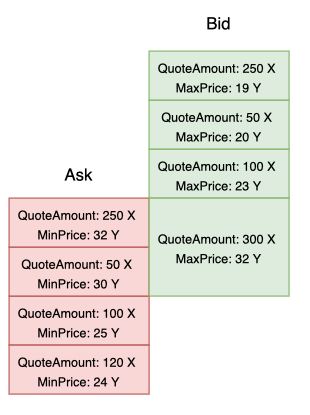
Earlier version of the draw.io export img/OrderBook.png (spectrum-finance/ergo-dex). Source tidied: cells renumbered, new cells last; positions are measured from the earlier drawing's top-left corner, leaving out a move shared by most shapes. The source it was exported from:
```xml
<mxGraphModel>
  <root>
    <mxCell id="0" />
    <mxCell id="1" parent="0" />
    <mxCell id="2" value="&lt;font style=&quot;font-size: 9px&quot;&gt;QuoteAmount: 100 X&amp;nbsp;&lt;br&gt;MinPrice: 25 Y&lt;/font&gt;" style="rounded=0;whiteSpace=wrap;html=1;fillColor=#f8cecc;strokeColor=#b85450;opacity=80;" parent="1" vertex="1">
      <mxGeometry y="205" width="100" height="35" as="geometry" />
    </mxCell>
    <mxCell id="3" value="&lt;font style=&quot;font-size: 9px&quot;&gt;QuoteAmount: 50 X&amp;nbsp;&lt;br&gt;MinPrice: 30 Y&lt;/font&gt;" style="rounded=0;whiteSpace=wrap;html=1;fillColor=#f8cecc;strokeColor=#b85450;opacity=80;" parent="1" vertex="1">
      <mxGeometry y="170" width="100" height="35" as="geometry" />
    </mxCell>
    <mxCell id="4" value="&lt;font style=&quot;font-size: 9px&quot;&gt;QuoteAmount: 250 X&amp;nbsp;&lt;br&gt;MinPrice: 32 Y&lt;/font&gt;" style="rounded=0;whiteSpace=wrap;html=1;fillColor=#f8cecc;strokeColor=#b85450;opacity=80;" parent="1" vertex="1">
      <mxGeometry y="135" width="100" height="35" as="geometry" />
    </mxCell>
    <mxCell id="5" value="&lt;font style=&quot;font-size: 9px&quot;&gt;QuoteAmount: 120 X&amp;nbsp;&lt;br&gt;MinPrice: 24 Y&lt;/font&gt;" style="rounded=0;whiteSpace=wrap;html=1;fillColor=#f8cecc;strokeColor=#b85450;opacity=80;" parent="1" vertex="1">
      <mxGeometry y="240" width="100" height="35" as="geometry" />
    </mxCell>
    <mxCell id="6" value="&lt;font style=&quot;font-size: 9px&quot;&gt;QuoteAmount: 100 X&amp;nbsp;&lt;br&gt;MaxPrice: 23 Y&lt;/font&gt;" style="rounded=0;whiteSpace=wrap;html=1;fillColor=#d5e8d4;strokeColor=#82b366;opacity=80;" parent="1" vertex="1">
      <mxGeometry x="100" y="100" width="100" height="35" as="geometry" />
    </mxCell>
    <mxCell id="7" value="&lt;font style=&quot;font-size: 9px&quot;&gt;QuoteAmount: 50 X&amp;nbsp;&lt;br&gt;MaxPrice: 20 Y&lt;/font&gt;" style="rounded=0;whiteSpace=wrap;html=1;fillColor=#d5e8d4;strokeColor=#82b366;opacity=80;" parent="1" vertex="1">
      <mxGeometry x="100" y="65" width="100" height="35" as="geometry" />
    </mxCell>
    <mxCell id="8" value="&lt;font style=&quot;font-size: 9px&quot;&gt;QuoteAmount: 250 X&amp;nbsp;&lt;br&gt;MaxPrice: 19 Y&lt;/font&gt;" style="rounded=0;whiteSpace=wrap;html=1;fillColor=#d5e8d4;strokeColor=#82b366;opacity=80;" parent="1" vertex="1">
      <mxGeometry x="100" y="30" width="100" height="35" as="geometry" />
    </mxCell>
    <mxCell id="9" value="&lt;font style=&quot;font-size: 9px&quot;&gt;QuoteAmount: 300 X&amp;nbsp;&lt;br&gt;MaxPrice: 32 Y&lt;/font&gt;" style="rounded=0;whiteSpace=wrap;html=1;fillColor=#d5e8d4;strokeColor=#82b366;opacity=80;" parent="1" vertex="1">
      <mxGeometry x="100" y="135" width="100" height="70" as="geometry" />
    </mxCell>
    <mxCell id="10" value="Bid" style="text;html=1;strokeColor=none;fillColor=none;align=center;verticalAlign=middle;whiteSpace=wrap;rounded=0;opacity=80;" parent="1" vertex="1">
      <mxGeometry x="130" width="40" height="20" as="geometry" />
    </mxCell>
    <mxCell id="11" value="Ask" style="text;html=1;strokeColor=none;fillColor=none;align=center;verticalAlign=middle;whiteSpace=wrap;rounded=0;opacity=80;" parent="1" vertex="1">
      <mxGeometry x="30" y="107.5" width="40" height="20" as="geometry" />
    </mxCell>
  </root>
</mxGraphModel>
```
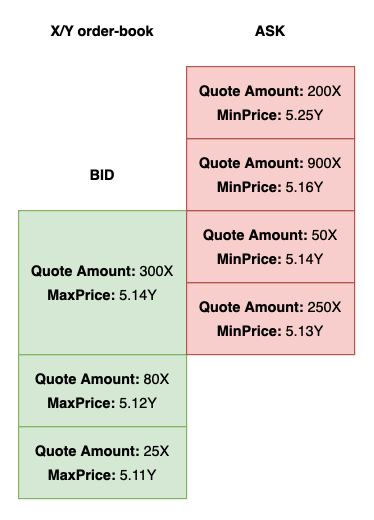
After the commit.

Commit message:
OrderBook illustration fixed. Close #2

What changed in the source:
```diff
@@ -2,35 +2,35 @@
   <root>
     <mxCell id="0" />
     <mxCell id="1" parent="0" />
-    <mxCell id="2" value="&lt;font style=&quot;font-size: 9px&quot;&gt;QuoteAmount: 100 X&amp;nbsp;&lt;br&gt;MinPrice: 25 Y&lt;/font&gt;" style="rounded=0;whiteSpace=wrap;html=1;fillColor=#f8cecc;strokeColor=#b85450;opacity=80;" parent="1" vertex="1">
-      <mxGeometry y="205" width="100" height="35" as="geometry" />
-    </mxCell>
-    <mxCell id="3" value="&lt;font style=&quot;font-size: 9px&quot;&gt;QuoteAmount: 50 X&amp;nbsp;&lt;br&gt;MinPrice: 30 Y&lt;/font&gt;" style="rounded=0;whiteSpace=wrap;html=1;fillColor=#f8cecc;strokeColor=#b85450;opacity=80;" parent="1" vertex="1">
-      <mxGeometry y="170" width="100" height="35" as="geometry" />
-    </mxCell>
-    <mxCell id="4" value="&lt;font style=&quot;font-size: 9px&quot;&gt;QuoteAmount: 250 X&amp;nbsp;&lt;br&gt;MinPrice: 32 Y&lt;/font&gt;" style="rounded=0;whiteSpace=wrap;html=1;fillColor=#f8cecc;strokeColor=#b85450;opacity=80;" parent="1" vertex="1">
-      <mxGeometry y="135" width="100" height="35" as="geometry" />
-    </mxCell>
-    <mxCell id="5" value="&lt;font style=&quot;font-size: 9px&quot;&gt;QuoteAmount: 120 X&amp;nbsp;&lt;br&gt;MinPrice: 24 Y&lt;/font&gt;" style="rounded=0;whiteSpace=wrap;html=1;fillColor=#f8cecc;strokeColor=#b85450;opacity=80;" parent="1" vertex="1">
-      <mxGeometry y="240" width="100" height="35" as="geometry" />
-    </mxCell>
-    <mxCell id="6" value="&lt;font style=&quot;font-size: 9px&quot;&gt;QuoteAmount: 100 X&amp;nbsp;&lt;br&gt;MaxPrice: 23 Y&lt;/font&gt;" style="rounded=0;whiteSpace=wrap;html=1;fillColor=#d5e8d4;strokeColor=#82b366;opacity=80;" parent="1" vertex="1">
-      <mxGeometry x="100" y="100" width="100" height="35" as="geometry" />
-    </mxCell>
-    <mxCell id="7" value="&lt;font style=&quot;font-size: 9px&quot;&gt;QuoteAmount: 50 X&amp;nbsp;&lt;br&gt;MaxPrice: 20 Y&lt;/font&gt;" style="rounded=0;whiteSpace=wrap;html=1;fillColor=#d5e8d4;strokeColor=#82b366;opacity=80;" parent="1" vertex="1">
-      <mxGeometry x="100" y="65" width="100" height="35" as="geometry" />
-    </mxCell>
-    <mxCell id="8" value="&lt;font style=&quot;font-size: 9px&quot;&gt;QuoteAmount: 250 X&amp;nbsp;&lt;br&gt;MaxPrice: 19 Y&lt;/font&gt;" style="rounded=0;whiteSpace=wrap;html=1;fillColor=#d5e8d4;strokeColor=#82b366;opacity=80;" parent="1" vertex="1">
-      <mxGeometry x="100" y="30" width="100" height="35" as="geometry" />
-    </mxCell>
-    <mxCell id="9" value="&lt;font style=&quot;font-size: 9px&quot;&gt;QuoteAmount: 300 X&amp;nbsp;&lt;br&gt;MaxPrice: 32 Y&lt;/font&gt;" style="rounded=0;whiteSpace=wrap;html=1;fillColor=#d5e8d4;strokeColor=#82b366;opacity=80;" parent="1" vertex="1">
-      <mxGeometry x="100" y="135" width="100" height="70" as="geometry" />
-    </mxCell>
-    <mxCell id="10" value="Bid" style="text;html=1;strokeColor=none;fillColor=none;align=center;verticalAlign=middle;whiteSpace=wrap;rounded=0;opacity=80;" parent="1" vertex="1">
-      <mxGeometry x="130" width="40" height="20" as="geometry" />
-    </mxCell>
-    <mxCell id="11" value="Ask" style="text;html=1;strokeColor=none;fillColor=none;align=center;verticalAlign=middle;whiteSpace=wrap;rounded=0;opacity=80;" parent="1" vertex="1">
-      <mxGeometry x="30" y="107.5" width="40" height="20" as="geometry" />
-    </mxCell>
+    <mxCell id="12" value="&lt;p style=&quot;line-height: 167%&quot;&gt;&lt;b&gt;Quote Amount:&lt;/b&gt; 25X&lt;br&gt;&lt;b&gt;MaxPrice:&lt;/b&gt; 5.11Y&lt;/p&gt;" style="rounded=0;whiteSpace=wrap;html=1;fillColor=#d5e8d4;strokeColor=#82b366;" parent="1" vertex="1">
+      <mxGeometry x="200" y="280" width="140" height="60" as="geometry" />
+    </mxCell>
+    <mxCell id="13" value="&lt;p style=&quot;line-height: 167%&quot;&gt;&lt;b&gt;Quote Amount:&lt;/b&gt;&amp;nbsp;80X&lt;br&gt;&lt;b&gt;MaxPrice:&lt;/b&gt; 5.12Y&lt;/p&gt;" style="rounded=0;whiteSpace=wrap;html=1;fillColor=#d5e8d4;strokeColor=#82b366;" parent="1" vertex="1">
+      <mxGeometry x="200" y="220" width="140" height="60" as="geometry" />
+    </mxCell>
+    <mxCell id="14" value="&lt;p style=&quot;line-height: 167%&quot;&gt;&lt;b&gt;Quote Amount:&lt;/b&gt;&amp;nbsp;300X&lt;br&gt;&lt;b&gt;MaxPrice:&lt;/b&gt; 5.14Y&lt;/p&gt;" style="rounded=0;whiteSpace=wrap;html=1;fillColor=#d5e8d4;strokeColor=#82b366;" parent="1" vertex="1">
+      <mxGeometry x="200" y="100" width="140" height="120" as="geometry" />
+    </mxCell>
+    <mxCell id="15" value="&lt;p style=&quot;line-height: 167%&quot;&gt;&lt;b&gt;Quote Amount:&lt;/b&gt; 250X&lt;br&gt;&lt;b&gt;MinPrice:&lt;/b&gt; 5.13Y&lt;/p&gt;" style="rounded=0;whiteSpace=wrap;html=1;fillColor=#f8cecc;strokeColor=#b85450;" parent="1" vertex="1">
+      <mxGeometry x="340" y="160" width="140" height="60" as="geometry" />
+    </mxCell>
+    <mxCell id="16" value="&lt;p style=&quot;line-height: 167%&quot;&gt;&lt;b&gt;Quote Amount:&lt;/b&gt;&amp;nbsp;50X&lt;br&gt;&lt;b&gt;MinPrice:&lt;/b&gt; 5.14Y&lt;/p&gt;" style="rounded=0;whiteSpace=wrap;html=1;fillColor=#f8cecc;strokeColor=#b85450;" parent="1" vertex="1">
+      <mxGeometry x="340" y="100" width="140" height="60" as="geometry" />
+    </mxCell>
+    <mxCell id="17" value="&lt;p style=&quot;line-height: 167%&quot;&gt;&lt;b&gt;Quote Amount:&lt;/b&gt;&amp;nbsp;900X&lt;br&gt;&lt;b&gt;MinPrice:&lt;/b&gt; 5.16Y&lt;/p&gt;" style="rounded=0;whiteSpace=wrap;html=1;fillColor=#f8cecc;strokeColor=#b85450;" parent="1" vertex="1">
+      <mxGeometry x="340" y="40" width="140" height="60" as="geometry" />
+    </mxCell>
+    <mxCell id="18" value="&lt;p style=&quot;line-height: 167%&quot;&gt;&lt;b&gt;Quote Amount:&lt;/b&gt; 200X&lt;br&gt;&lt;b&gt;MinPrice:&lt;/b&gt; 5.25Y&lt;/p&gt;" style="rounded=0;whiteSpace=wrap;html=1;fillColor=#f8cecc;strokeColor=#b85450;" parent="1" vertex="1">
+      <mxGeometry x="340" y="-20" width="140" height="60" as="geometry" />
+    </mxCell>
+    <mxCell id="19" value="ASK" style="text;html=1;strokeColor=none;fillColor=none;align=center;verticalAlign=middle;whiteSpace=wrap;rounded=0;fontStyle=1;" parent="1" vertex="1">
+      <mxGeometry x="390" y="-60" width="40" height="20" as="geometry" />
+    </mxCell>
+    <mxCell id="20" value="BID" style="text;html=1;strokeColor=none;fillColor=none;align=center;verticalAlign=middle;whiteSpace=wrap;rounded=0;fontStyle=1;" parent="1" vertex="1">
+      <mxGeometry x="250" y="60" width="40" height="20" as="geometry" />
+    </mxCell>
+    <mxCell id="21" value="X/Y order-book" style="text;html=1;strokeColor=none;fillColor=none;align=center;verticalAlign=middle;whiteSpace=wrap;rounded=0;fontStyle=1;" parent="1" vertex="1">
+      <mxGeometry x="225" y="-60" width="90" height="20" as="geometry" />
+    </mxCell>
   </root>
 </mxGraphModel>
```
